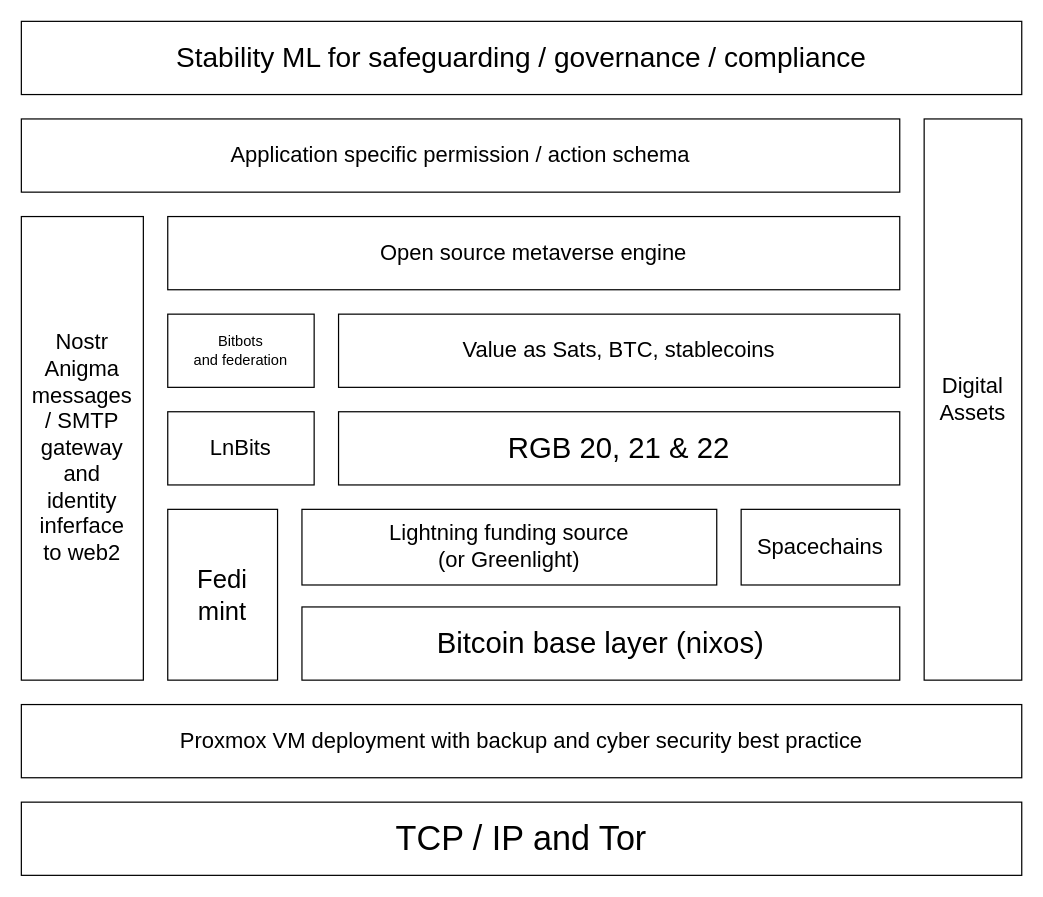
Above: Book/Images/HighLevelStack.drawio in jjohare/DigiSocConvergence (draw.io), before the change. Source tidied: cells renumbered, new cells numbered last; positions are measured from the earlier drawing's top-left corner, leaving out a move shared by most shapes. Both pictures are drawn from the tidied source at 122%, with x=0, y=0 at pixel (21, 21).
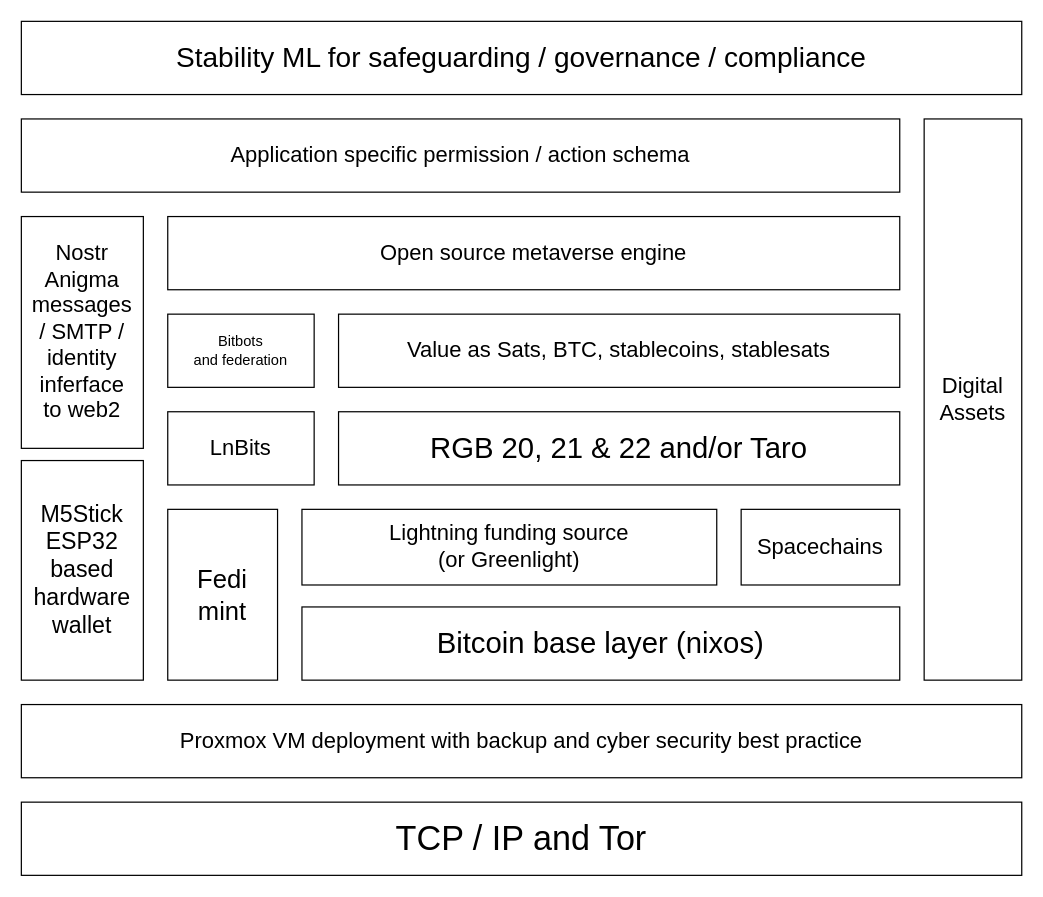
The same page after the edit.

Change to the diagram source:
```diff
@@
 <mxGraphModel>
   <root>
     <mxCell id="0" />
     <mxCell id="1" parent="0" />
     <mxCell id="2" value="&lt;font style=&quot;font-size: 18px&quot;&gt;Application specific permission / action schema&lt;br&gt;&lt;/font&gt;" style="rounded=0;whiteSpace=wrap;html=1;" parent="1" vertex="1">
       <mxGeometry y="80" width="720" height="60" as="geometry" />
     </mxCell>
-    <mxCell id="3" value="&lt;div&gt;Nostr&lt;/div&gt;&lt;div&gt;Anigma&lt;br&gt;&lt;/div&gt;&lt;div&gt;messages&lt;/div&gt;&lt;div&gt;/ SMTP&lt;/div&gt;&lt;div&gt;gateway&lt;br&gt;&lt;/div&gt;&lt;div&gt;and&lt;/div&gt;&lt;div&gt;identity &lt;br&gt;&lt;/div&gt;&lt;div&gt;inferface&lt;/div&gt;&lt;div&gt;to web2&lt;br&gt;&lt;/div&gt;" style="rounded=0;whiteSpace=wrap;html=1;fontSize=18;" parent="1" vertex="1">
-      <mxGeometry y="160" width="100" height="380" as="geometry" />
+    <mxCell id="3" value="&lt;div&gt;Nostr&lt;/div&gt;&lt;div&gt;Anigma&lt;br&gt;&lt;/div&gt;&lt;div&gt;messages&lt;/div&gt;&lt;div&gt;/ SMTP /&lt;br&gt;&lt;/div&gt;&lt;div&gt;identity &lt;br&gt;&lt;/div&gt;&lt;div&gt;inferface&lt;/div&gt;&lt;div&gt;to web2&lt;br&gt;&lt;/div&gt;" style="rounded=0;whiteSpace=wrap;html=1;fontSize=18;" parent="1" vertex="1">
+      <mxGeometry y="160" width="100" height="190" as="geometry" />
     </mxCell>
     <mxCell id="4" value="LnBits" style="rounded=0;whiteSpace=wrap;html=1;fontSize=18;" parent="1" vertex="1">
       <mxGeometry x="120" y="320" width="120" height="60" as="geometry" />
     </mxCell>
     <mxCell id="5" value="&lt;font style=&quot;font-size: 18px&quot;&gt;Open source metaverse engine&lt;/font&gt;" style="rounded=0;whiteSpace=wrap;html=1;" parent="1" vertex="1">
       <mxGeometry x="120" y="160" width="600" height="60" as="geometry" />
     </mxCell>
-    <mxCell id="6" value="&lt;font style=&quot;font-size: 18px&quot;&gt;Value as Sats, BTC, stablecoins&lt;br&gt;&lt;/font&gt;" style="rounded=0;whiteSpace=wrap;html=1;" parent="1" vertex="1">
+    <mxCell id="6" value="&lt;font style=&quot;font-size: 18px&quot;&gt;Value as Sats, BTC, stablecoins, stablesats&lt;br&gt;&lt;/font&gt;" style="rounded=0;whiteSpace=wrap;html=1;" parent="1" vertex="1">
       <mxGeometry x="260" y="240" width="460" height="60" as="geometry" />
     </mxCell>
-    <mxCell id="7" value="&lt;font style=&quot;font-size: 24px;&quot;&gt;RGB 20, 21 &amp;amp; 22&lt;/font&gt;" style="rounded=0;whiteSpace=wrap;html=1;" parent="1" vertex="1">
+    <mxCell id="7" value="&lt;font style=&quot;font-size: 24px;&quot;&gt;RGB 20, 21 &amp;amp; 22 and/or Taro&lt;br&gt;&lt;/font&gt;" style="rounded=0;whiteSpace=wrap;html=1;" parent="1" vertex="1">
       <mxGeometry x="260" y="320" width="460" height="60" as="geometry" />
     </mxCell>
     <mxCell id="8" value="&lt;div&gt;&lt;font style=&quot;font-size: 18px&quot;&gt;Lightning funding source&lt;/font&gt;&lt;/div&gt;&lt;div&gt;&lt;font style=&quot;font-size: 18px&quot;&gt;(or Greenlight)&lt;br&gt; &lt;/font&gt;&lt;/div&gt;" style="rounded=0;whiteSpace=wrap;html=1;" parent="1" vertex="1">
       <mxGeometry x="230" y="400" width="340" height="62" as="geometry" />
     </mxCell>
     <mxCell id="9" value="&lt;font style=&quot;font-size: 24px&quot;&gt;Bitcoin base layer (nixos)&lt;br&gt;&lt;/font&gt;" style="rounded=0;whiteSpace=wrap;html=1;" parent="1" vertex="1">
       <mxGeometry x="230" y="480" width="490" height="60" as="geometry" />
     </mxCell>
     <mxCell id="10" value="&lt;font style=&quot;font-size: 18px&quot;&gt;Proxmox VM deployment with backup and cyber security best practice&lt;/font&gt;" style="rounded=0;whiteSpace=wrap;html=1;" parent="1" vertex="1">
       <mxGeometry y="560" width="820" height="60" as="geometry" />
     </mxCell>
     <mxCell id="11" value="&lt;div&gt;Digital&lt;br&gt;&lt;/div&gt;&lt;div&gt;Assets&lt;/div&gt;" style="rounded=0;whiteSpace=wrap;html=1;fontSize=18;" parent="1" vertex="1">
       <mxGeometry x="740" y="80" width="80" height="460" as="geometry" />
     </mxCell>
     <mxCell id="12" value="&lt;font style=&quot;font-size: 18px;&quot;&gt;Spacechains&lt;/font&gt;" style="rounded=0;whiteSpace=wrap;html=1;" parent="1" vertex="1">
       <mxGeometry x="590" y="400" width="130" height="62" as="geometry" />
     </mxCell>
     <mxCell id="13" value="&lt;font style=&quot;font-size: 23px;&quot;&gt;Stability ML for safeguarding / governance / compliance&lt;br&gt;&lt;/font&gt;" style="rounded=0;whiteSpace=wrap;html=1;" parent="1" vertex="1">
       <mxGeometry width="820" height="60" as="geometry" />
     </mxCell>
     <mxCell id="14" value="&lt;font style=&quot;font-size: 28px;&quot;&gt;TCP / IP and Tor&lt;br&gt;&lt;/font&gt;" style="rounded=0;whiteSpace=wrap;html=1;" parent="1" vertex="1">
       <mxGeometry y="640" width="820" height="60" as="geometry" />
     </mxCell>
     <mxCell id="15" value="&lt;div style=&quot;font-size: 21px;&quot;&gt;&lt;font style=&quot;font-size: 21px;&quot;&gt;Fedi&lt;/font&gt;&lt;/div&gt;&lt;div style=&quot;font-size: 21px;&quot;&gt;&lt;font style=&quot;font-size: 21px;&quot;&gt;mint&lt;/font&gt;&lt;/div&gt;" style="rounded=0;whiteSpace=wrap;html=1;" parent="1" vertex="1">
       <mxGeometry x="120" y="400" width="90" height="140" as="geometry" />
     </mxCell>
     <mxCell id="16" value="&lt;div&gt;Bitbots&lt;/div&gt;&lt;div&gt;and federation&lt;br&gt;&lt;/div&gt;" style="rounded=0;whiteSpace=wrap;html=1;" parent="1" vertex="1">
       <mxGeometry x="120" y="240" width="120" height="60" as="geometry" />
     </mxCell>
+    <mxCell id="17" value="&lt;h3 style=&quot;font-size: 19px;&quot; class=&quot;ud-feature-title&quot;&gt;&lt;span style=&quot;font-weight: normal;&quot;&gt;M5Stick ESP32&lt;/span&gt; &lt;span style=&quot;font-weight: normal;&quot;&gt;based hardware wallet&lt;/span&gt;&lt;br&gt;&lt;/h3&gt;" style="rounded=0;whiteSpace=wrap;html=1;fontSize=18;" parent="1" vertex="1">
+      <mxGeometry y="360" width="100" height="180" as="geometry" />
+    </mxCell>
   </root>
 </mxGraphModel>
```
